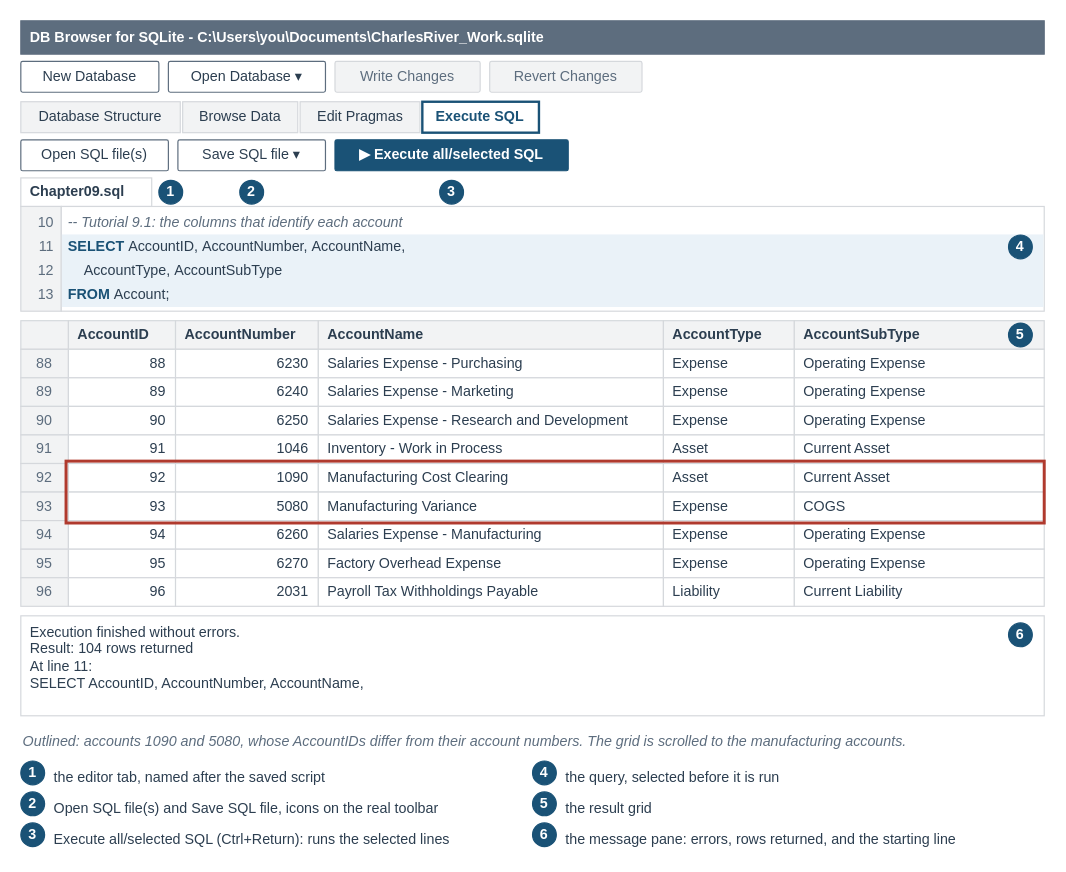
Earlier version of the draw.io diagram visuals/src/fig-09-03-account-columns.drawio (mmcodesso/Accounting_Analytics_Book). Source tidied: cells renumbered, new cells numbered last; positions are measured from the earlier drawing's top-left corner, leaving out a move shared by most shapes. Both pictures are drawn from the tidied source at 119%, with x=0, y=0 at pixel (20, 20).
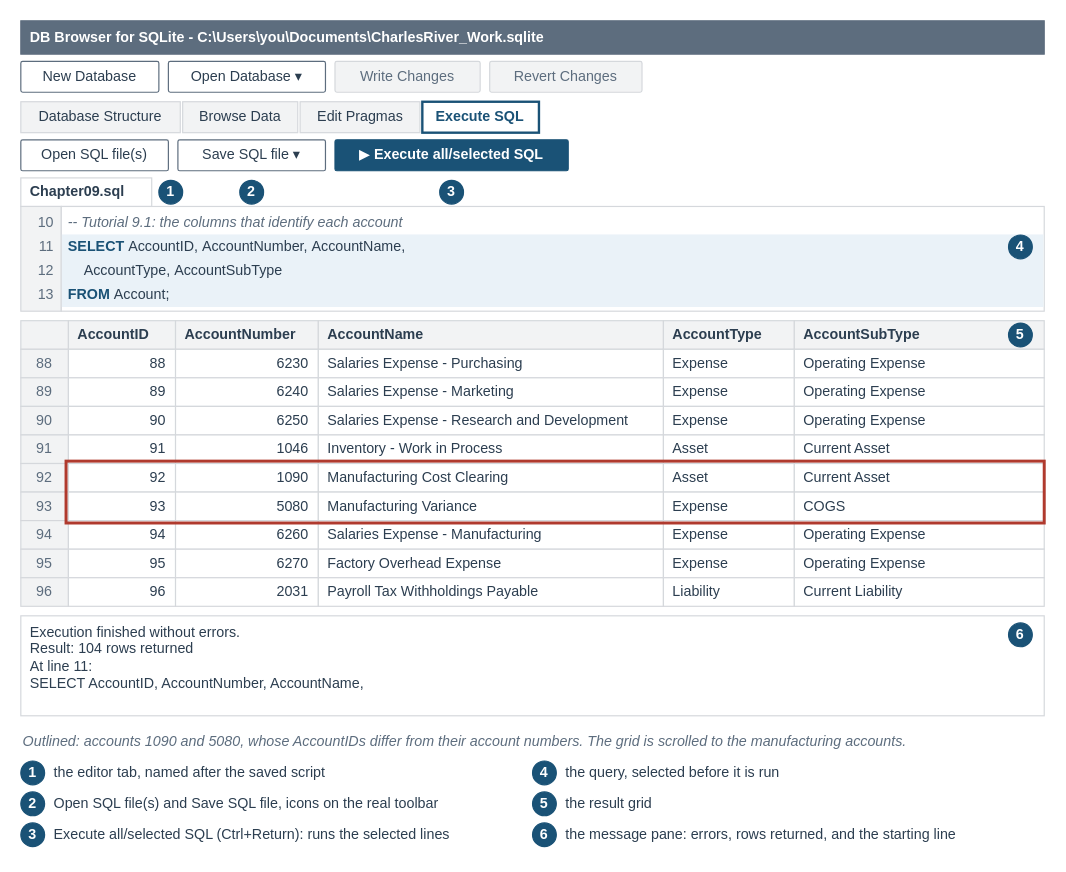
Above is the later version.

What changed in the source:
```diff
@@
     <mxCell id="2" style="rounded=0;html=1;fillColor=none;strokeColor=none;" parent="1" vertex="1">
-      <mxGeometry width="860" height="698" as="geometry" />
+      <mxGeometry width="860" height="697" as="geometry" />
     </mxCell>
@@
-    <mxCell id="14" value="&lt;b&gt;▶ Execute all/selected SQL&lt;/b&gt;" style="rounded=1;arcSize=6;whiteSpace=wrap;html=1;fillColor=#1A5276;strokeColor=#1A5276;strokeWidth=1;fontColor=#FFFFFF;fontSize=12;fontStyle=0;align=center;verticalAlign=middle;fontFamily=Helvetica;spacingLeft=6;spacingRight=6;" parent="1" vertex="1">
+    <mxCell id="14" value="▶&lt;b&gt; Execute all/selected SQL&lt;/b&gt;" style="rounded=1;arcSize=6;whiteSpace=wrap;html=1;fillColor=#1A5276;strokeColor=#1A5276;strokeWidth=1;fontColor=#FFFFFF;fontSize=12;fontStyle=0;align=center;verticalAlign=middle;fontFamily=Helvetica;spacingLeft=6;spacingRight=6;" parent="1" vertex="1">
       <mxGeometry x="264" y="100" width="196" height="26" as="geometry" />
     </mxCell>
@@
-    <mxCell id="96" value="the editor tab, named after the saved script" style="text;html=1;whiteSpace=wrap;align=left;verticalAlign=top;fontSize=12;fontColor=#2C3E50;fontStyle=0;fontFamily=Helvetica;spacing=2;fillColor=none;strokeColor=none;" parent="1" vertex="1">
-      <mxGeometry x="26" y="622" width="400" height="22" as="geometry" />
+    <mxCell id="96" value="the editor tab, named after the saved script" style="text;html=1;whiteSpace=wrap;align=left;verticalAlign=middle;fontSize=12;fontColor=#2C3E50;fontStyle=0;fontFamily=Helvetica;spacing=2;fillColor=none;strokeColor=none;" parent="1" vertex="1">
+      <mxGeometry x="26" y="621" width="400" height="22" as="geometry" />
     </mxCell>
@@
-    <mxCell id="98" value="Open SQL file(s) and Save SQL file, icons on the real toolbar" style="text;html=1;whiteSpace=wrap;align=left;verticalAlign=top;fontSize=12;fontColor=#2C3E50;fontStyle=0;fontFamily=Helvetica;spacing=2;fillColor=none;strokeColor=none;" parent="1" vertex="1">
-      <mxGeometry x="26" y="648" width="400" height="22" as="geometry" />
+    <mxCell id="98" value="Open SQL file(s) and Save SQL file, icons on the real toolbar" style="text;html=1;whiteSpace=wrap;align=left;verticalAlign=middle;fontSize=12;fontColor=#2C3E50;fontStyle=0;fontFamily=Helvetica;spacing=2;fillColor=none;strokeColor=none;" parent="1" vertex="1">
+      <mxGeometry x="26" y="647" width="400" height="22" as="geometry" />
     </mxCell>
@@
-    <mxCell id="100" value="Execute all/selected SQL (Ctrl+Return): runs the selected lines" style="text;html=1;whiteSpace=wrap;align=left;verticalAlign=top;fontSize=12;fontColor=#2C3E50;fontStyle=0;fontFamily=Helvetica;spacing=2;fillColor=none;strokeColor=none;" parent="1" vertex="1">
-      <mxGeometry x="26" y="674" width="400" height="22" as="geometry" />
+    <mxCell id="100" value="Execute all/selected SQL (Ctrl+Return): runs the selected lines" style="text;html=1;whiteSpace=wrap;align=left;verticalAlign=middle;fontSize=12;fontColor=#2C3E50;fontStyle=0;fontFamily=Helvetica;spacing=2;fillColor=none;strokeColor=none;" parent="1" vertex="1">
+      <mxGeometry x="26" y="673" width="400" height="22" as="geometry" />
     </mxCell>
@@
-    <mxCell id="102" value="the query, selected before it is run" style="text;html=1;whiteSpace=wrap;align=left;verticalAlign=top;fontSize=12;fontColor=#2C3E50;fontStyle=0;fontFamily=Helvetica;spacing=2;fillColor=none;strokeColor=none;" parent="1" vertex="1">
-      <mxGeometry x="456" y="622" width="400" height="22" as="geometry" />
+    <mxCell id="102" value="the query, selected before it is run" style="text;html=1;whiteSpace=wrap;align=left;verticalAlign=middle;fontSize=12;fontColor=#2C3E50;fontStyle=0;fontFamily=Helvetica;spacing=2;fillColor=none;strokeColor=none;" parent="1" vertex="1">
+      <mxGeometry x="456" y="621" width="400" height="22" as="geometry" />
     </mxCell>
@@
-    <mxCell id="104" value="the result grid" style="text;html=1;whiteSpace=wrap;align=left;verticalAlign=top;fontSize=12;fontColor=#2C3E50;fontStyle=0;fontFamily=Helvetica;spacing=2;fillColor=none;strokeColor=none;" parent="1" vertex="1">
-      <mxGeometry x="456" y="648" width="400" height="22" as="geometry" />
+    <mxCell id="104" value="the result grid" style="text;html=1;whiteSpace=wrap;align=left;verticalAlign=middle;fontSize=12;fontColor=#2C3E50;fontStyle=0;fontFamily=Helvetica;spacing=2;fillColor=none;strokeColor=none;" parent="1" vertex="1">
+      <mxGeometry x="456" y="647" width="400" height="22" as="geometry" />
     </mxCell>
@@
-    <mxCell id="106" value="the message pane: errors, rows returned, and the starting line" style="text;html=1;whiteSpace=wrap;align=left;verticalAlign=top;fontSize=12;fontColor=#2C3E50;fontStyle=0;fontFamily=Helvetica;spacing=2;fillColor=none;strokeColor=none;" parent="1" vertex="1">
-      <mxGeometry x="456" y="674" width="400" height="22" as="geometry" />
+    <mxCell id="106" value="the message pane: errors, rows returned, and the starting line" style="text;html=1;whiteSpace=wrap;align=left;verticalAlign=middle;fontSize=12;fontColor=#2C3E50;fontStyle=0;fontFamily=Helvetica;spacing=2;fillColor=none;strokeColor=none;" parent="1" vertex="1">
+      <mxGeometry x="456" y="673" width="400" height="22" as="geometry" />
     </mxCell>
```
